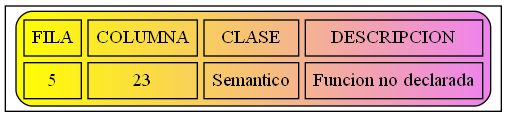
Above: Errores.png in JoseMore99/OLC2_P1_201701015 (Graphviz), before the change. Its source is kept beside it as Errores.dot.
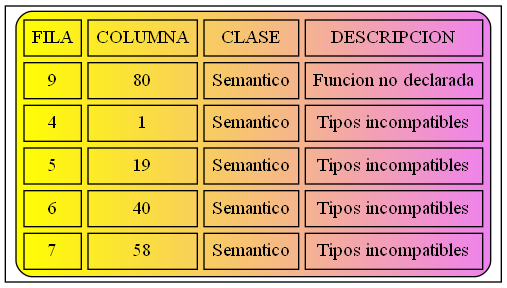
Above is the later version.

What changed in the source:
```diff
@@ -2,6 +2,10 @@
 node [shape=record];
 a0 [label=<<TABLE border="1" cellspacing="5" cellpadding="5" style="rounded" bgcolor="yellow:violet">
 "<TR><TD>FILA</TD><TD>COLUMNA</TD><TD>CLASE</TD><TD>DESCRIPCION</TD></TR>
-<TR><TD>5</TD><TD>23</TD><TD>Semantico</TD><TD>Funcion no declarada</TD></TR>
+<TR><TD>9</TD><TD>80</TD><TD>Semantico</TD><TD>Funcion no declarada</TD></TR>
+<TR><TD>4</TD><TD>1</TD><TD>Semantico</TD><TD>Tipos incompatibles</TD></TR>
+<TR><TD>5</TD><TD>19</TD><TD>Semantico</TD><TD>Tipos incompatibles</TD></TR>
+<TR><TD>6</TD><TD>40</TD><TD>Semantico</TD><TD>Tipos incompatibles</TD></TR>
+<TR><TD>7</TD><TD>58</TD><TD>Semantico</TD><TD>Tipos incompatibles</TD></TR>
 </TABLE>>];
 }
```
